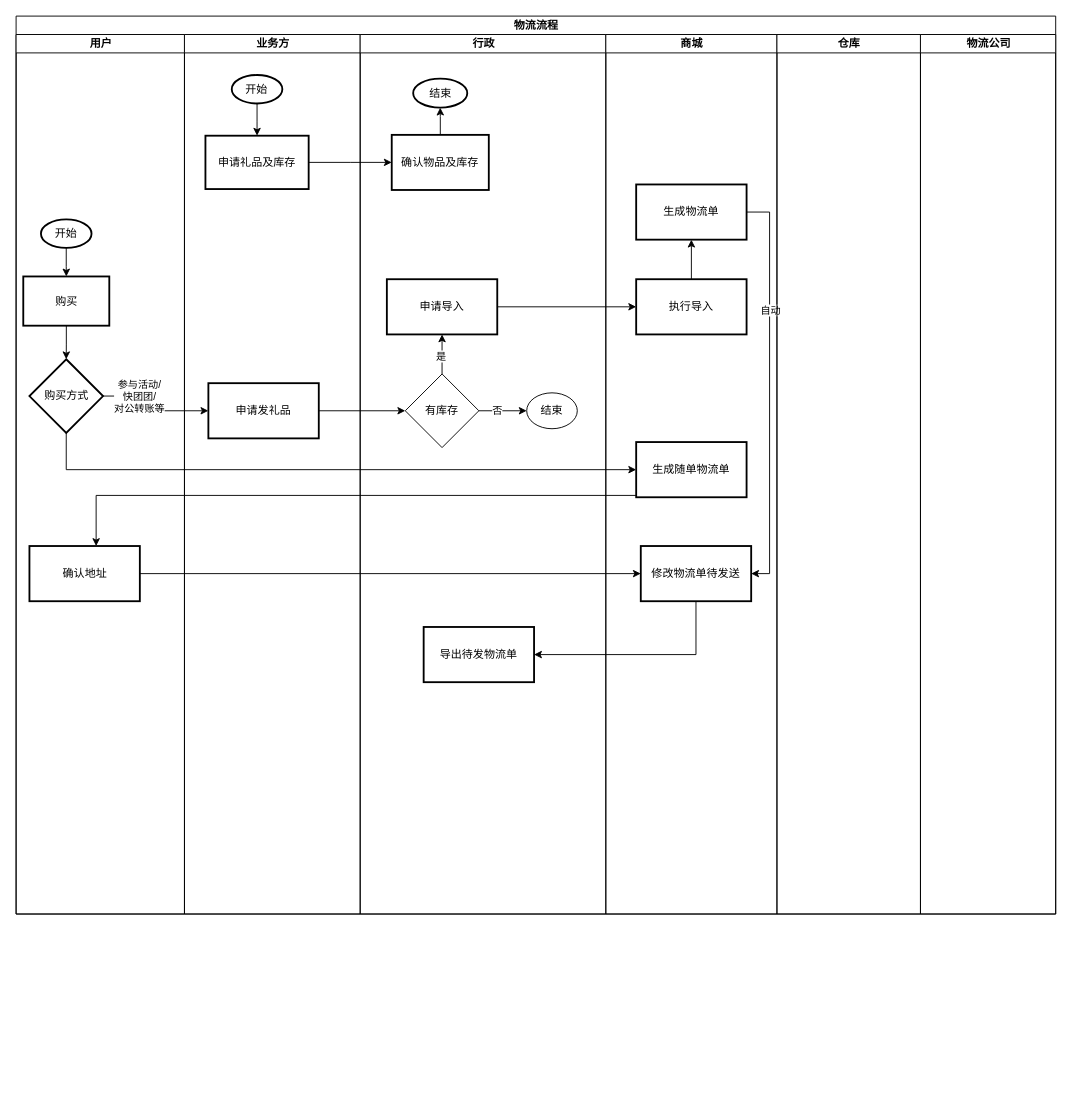
This is page "物流流程" (2 of 2) of 思考图.drawio from joeytang/imgs, a draw.io file, before an edit. Source tidied: cells renumbered, new cells numbered last; positions are measured from the earlier drawing's top-left corner, leaving out a move shared by most shapes. Both pictures are drawn from the tidied source at 92%, with x=0, y=0 at pixel (16, 16).
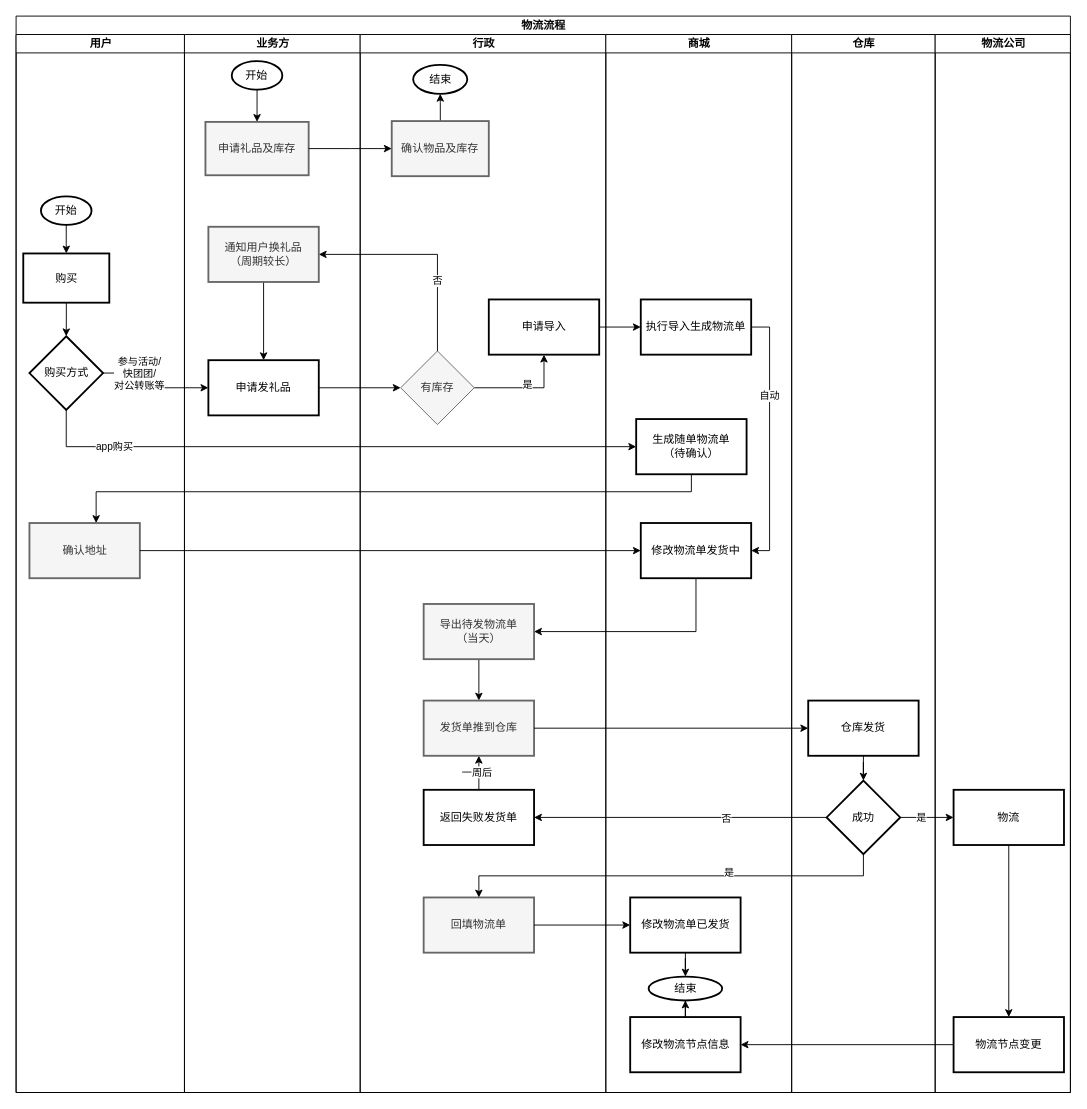
After the change.

Commit message:
更新思考图.drawio

Unchanged cells that the change refers to:
```xml
<mxCell id="43" style="edgeStyle=orthogonalEdgeStyle;rounded=0;jettySize=auto;html=1;entryX=0;entryY=0.5;entryDx=0;entryDy=0;exitX=0.5;exitY=1;exitDx=0;exitDy=0;" parent="2" edge="1" source="8" target="28">
  <mxGeometry relative="1" as="geometry" />
</mxCell>
```

What changed in the source:
```diff
@@
     <mxCell id="2" value="物流流程" style="swimlane;startSize=20;html=1;" parent="1" vertex="1">
-      <mxGeometry width="1130" height="976" as="geometry" />
+      <mxGeometry width="1146" height="1170" as="geometry" />
     </mxCell>
     <mxCell id="3" value="用户" style="swimlane;startSize=20;html=1;" parent="2" vertex="1">
-      <mxGeometry y="20" width="183" height="956" as="geometry" />
+      <mxGeometry y="20" width="183" height="1150" as="geometry" />
     </mxCell>
@@
     <mxCell id="5" value="开始" style="strokeWidth=2;html=1;shape=mxgraph.flowchart.start_1;whiteSpace=wrap;" parent="3" vertex="1">
-      <mxGeometry x="27" y="201" width="55" height="31" as="geometry" />
+      <mxGeometry x="27" y="176" width="55" height="31" as="geometry" />
     </mxCell>
@@
     <mxCell id="7" value="购买" style="whiteSpace=wrap;html=1;strokeWidth=2;" parent="3" vertex="1">
-      <mxGeometry x="7.8" y="263" width="93.5" height="53.5" as="geometry" />
+      <mxGeometry x="7.8" y="238" width="93.5" height="53.5" as="geometry" />
     </mxCell>
     <mxCell id="8" value="购买方式" style="rhombus;whiteSpace=wrap;html=1;strokeWidth=2;" parent="3" vertex="1">
-      <mxGeometry x="14.5" y="353" width="80" height="80" as="geometry" />
+      <mxGeometry x="14.5" y="328" width="80" height="80" as="geometry" />
     </mxCell>
-    <mxCell id="9" value="确认地址" style="whiteSpace=wrap;html=1;strokeWidth=2;" parent="3" vertex="1">
-      <mxGeometry x="14.5" y="556" width="120" height="60" as="geometry" />
+    <mxCell id="9" value="确认地址" style="whiteSpace=wrap;html=1;strokeWidth=2;fillColor=#f5f5f5;fontColor=#333333;strokeColor=#666666;" parent="3" vertex="1">
+      <mxGeometry x="14.5" y="531" width="120" height="60" as="geometry" />
     </mxCell>
     <mxCell id="10" value="业务方" style="swimlane;startSize=20;html=1;" parent="2" vertex="1">
-      <mxGeometry x="183" y="20" width="191" height="956" as="geometry" />
+      <mxGeometry x="183" y="20" width="191" height="1150" as="geometry" />
     </mxCell>
@@
     <mxCell id="12" value="开始" style="strokeWidth=2;html=1;shape=mxgraph.flowchart.start_1;whiteSpace=wrap;" parent="10" vertex="1">
-      <mxGeometry x="51.4" y="44" width="55" height="31" as="geometry" />
+      <mxGeometry x="51.4" y="29" width="55" height="31" as="geometry" />
     </mxCell>
-    <mxCell id="13" value="申请礼品及库存" style="whiteSpace=wrap;html=1;strokeWidth=2;" parent="10" vertex="1">
-      <mxGeometry x="22.8" y="110" width="112.2" height="58" as="geometry" />
+    <mxCell id="13" value="申请礼品及库存" style="whiteSpace=wrap;html=1;strokeWidth=2;fillColor=#f5f5f5;strokeColor=#666666;fontColor=#333333;" parent="10" vertex="1">
+      <mxGeometry x="22.8" y="95" width="112.2" height="58" as="geometry" />
     </mxCell>
     <mxCell id="14" value="申请发礼品" style="whiteSpace=wrap;html=1;strokeWidth=2;" parent="10" vertex="1">
-      <mxGeometry x="26" y="379" width="120" height="60" as="geometry" />
+      <mxGeometry x="26" y="354" width="120" height="60" as="geometry" />
     </mxCell>
+    <mxCell id="46" style="edgeStyle=orthogonalEdgeStyle;rounded=0;jettySize=auto;html=1;" parent="10" edge="1" source="47" target="14">
+      <mxGeometry relative="1" as="geometry" />
+    </mxCell>
+    <mxCell id="47" value="通知用户换礼品&lt;br&gt;（周期较长）" style="whiteSpace=wrap;html=1;strokeWidth=2;fillColor=#f5f5f5;fontColor=#333333;strokeColor=#666666;" parent="10" vertex="1">
+      <mxGeometry x="26" y="209" width="120" height="60" as="geometry" />
+    </mxCell>
     <mxCell id="15" value="行政" style="swimlane;startSize=20;html=1;" parent="2" vertex="1">
-      <mxGeometry x="374" y="20" width="267" height="956" as="geometry" />
+      <mxGeometry x="374" y="20" width="267" height="1150" as="geometry" />
     </mxCell>
@@
-    <mxCell id="17" value="确认物品及库存" style="whiteSpace=wrap;html=1;strokeWidth=2;" parent="15" vertex="1">
-      <mxGeometry x="34.3" y="109.1" width="105.5" height="59.9" as="geometry" />
+    <mxCell id="17" value="确认物品及库存" style="whiteSpace=wrap;html=1;strokeWidth=2;fillColor=#f5f5f5;strokeColor=#666666;fontColor=#333333;" parent="15" vertex="1">
+      <mxGeometry x="34.3" y="94.1" width="105.5" height="59.9" as="geometry" />
     </mxCell>
     <mxCell id="18" value="结束" style="ellipse;whiteSpace=wrap;html=1;strokeWidth=2;" parent="15" vertex="1">
-      <mxGeometry x="57.6" y="48" width="58.8" height="31.5" as="geometry" />
+      <mxGeometry x="57.6" y="33" width="58.8" height="31.5" as="geometry" />
     </mxCell>
     <mxCell id="19" value="申请导入" style="whiteSpace=wrap;html=1;strokeWidth=2;" parent="15" vertex="1">
-      <mxGeometry x="29" y="266" width="120" height="60" as="geometry" />
+      <mxGeometry x="139.8" y="288" width="120" height="60" as="geometry" />
     </mxCell>
-    <mxCell id="20" style="edgeStyle=orthogonalEdgeStyle;rounded=0;jettySize=auto;html=1;" parent="15" edge="1" source="24" target="19">
+    <mxCell id="20" style="edgeStyle=orthogonalEdgeStyle;rounded=0;jettySize=auto;html=1;entryX=0.5;entryY=1;entryDx=0;entryDy=0;" parent="15" edge="1" source="24" target="19">
       <mxGeometry relative="1" as="geometry" />
     </mxCell>
-    <mxCell id="21" value="是" style="edgeLabel;html=1;align=center;verticalAlign=middle;" parent="20" vertex="1">
-      <mxGeometry x="-0.08" y="2" relative="1" as="geometry" />
-    </mxCell>
-    <mxCell id="22" style="edgeStyle=orthogonalEdgeStyle;rounded=0;jettySize=auto;html=1;" parent="15" edge="1" source="24" target="25">
-      <mxGeometry relative="1" as="geometry" />
-    </mxCell>
-    <mxCell id="23" value="否" style="edgeLabel;html=1;align=center;verticalAlign=middle;" parent="22" vertex="1">
-      <mxGeometry x="-0.26" y="1" relative="1" as="geometry" />
-    </mxCell>
+    <mxCell id="48" value="是" style="edgeLabel;html=1;align=center;verticalAlign=middle;" parent="20" vertex="1">
+      <mxGeometry x="0.02" y="4" relative="1" as="geometry" />
+    </mxCell>
-    <mxCell id="24" value="有库存" style="rhombus;whiteSpace=wrap;html=1;" parent="15" vertex="1">
-      <mxGeometry x="49" y="369" width="80" height="80" as="geometry" />
+    <mxCell id="24" value="有库存" style="rhombus;whiteSpace=wrap;html=1;fillColor=#f5f5f5;fontColor=#333333;strokeColor=#666666;" parent="15" vertex="1">
+      <mxGeometry x="44" y="344" width="80" height="80" as="geometry" />
     </mxCell>
-    <mxCell id="25" value="结束" style="ellipse;whiteSpace=wrap;html=1;" parent="15" vertex="1">
-      <mxGeometry x="181" y="389.5" width="55" height="39" as="geometry" />
-    </mxCell>
+    <mxCell id="49" style="edgeStyle=orthogonalEdgeStyle;rounded=0;jettySize=auto;html=1;" parent="15" edge="1" source="26" target="50">
+      <mxGeometry relative="1" as="geometry" />
+    </mxCell>
-    <mxCell id="26" value="导出待发物流单" style="whiteSpace=wrap;html=1;strokeWidth=2;" parent="15" vertex="1">
-      <mxGeometry x="69" y="644" width="120" height="60" as="geometry" />
+    <mxCell id="26" value="导出待发物流单&lt;br&gt;（当天）" style="whiteSpace=wrap;html=1;strokeWidth=2;fillColor=#f5f5f5;fontColor=#333333;strokeColor=#666666;" parent="15" vertex="1">
+      <mxGeometry x="69" y="619" width="120" height="60" as="geometry" />
     </mxCell>
+    <mxCell id="50" value="发货单推到仓库" style="whiteSpace=wrap;html=1;fillColor=#f5f5f5;strokeColor=#666666;fontColor=#333333;strokeWidth=2;" parent="15" vertex="1">
+      <mxGeometry x="69" y="724" width="120" height="60" as="geometry" />
+    </mxCell>
+    <mxCell id="51" value="回填物流单" style="whiteSpace=wrap;html=1;strokeWidth=2;fillColor=#f5f5f5;fontColor=#333333;strokeColor=#666666;" parent="15" vertex="1">
+      <mxGeometry x="69" y="938" width="120" height="60" as="geometry" />
+    </mxCell>
+    <mxCell id="52" style="edgeStyle=orthogonalEdgeStyle;rounded=0;jettySize=auto;html=1;" parent="15" edge="1" source="54" target="50">
+      <mxGeometry relative="1" as="geometry" />
+    </mxCell>
+    <mxCell id="53" value="一周后" style="edgeLabel;html=1;align=center;verticalAlign=middle;" parent="52" vertex="1">
+      <mxGeometry x="0.23" y="3" relative="1" as="geometry" />
+    </mxCell>
+    <mxCell id="54" value="返回失败发货单" style="whiteSpace=wrap;html=1;strokeWidth=2;" parent="15" vertex="1">
+      <mxGeometry x="69" y="821" width="120" height="60" as="geometry" />
+    </mxCell>
     <mxCell id="27" value="商城" style="swimlane;startSize=20;html=1;" parent="2" vertex="1">
-      <mxGeometry x="641" y="20" width="186" height="956" as="geometry" />
+      <mxGeometry x="641" y="20" width="202" height="1150" as="geometry" />
     </mxCell>
-    <mxCell id="28" value="生成随单物流单" style="whiteSpace=wrap;html=1;strokeWidth=2;" parent="27" vertex="1">
-      <mxGeometry x="33" y="443" width="120" height="60" as="geometry" />
+    <mxCell id="28" value="生成随单物流单&lt;br&gt;（待确认）" style="whiteSpace=wrap;html=1;strokeWidth=2;" parent="27" vertex="1">
+      <mxGeometry x="33" y="418" width="120" height="60" as="geometry" />
     </mxCell>
-    <mxCell id="29" style="edgeStyle=orthogonalEdgeStyle;rounded=0;jettySize=auto;html=1;" parent="27" edge="1" source="30" target="33">
-      <mxGeometry relative="1" as="geometry" />
-    </mxCell>
-    <mxCell id="30" value="执行导入" style="whiteSpace=wrap;html=1;strokeWidth=2;" parent="27" vertex="1">
-      <mxGeometry x="33" y="266" width="120" height="60" as="geometry" />
+    <mxCell id="30" value="执行导入生成物流单" style="whiteSpace=wrap;html=1;strokeWidth=2;" parent="27" vertex="1">
+      <mxGeometry x="38" y="288" width="120" height="60" as="geometry" />
     </mxCell>
-    <mxCell id="31" style="edgeStyle=orthogonalEdgeStyle;rounded=0;jettySize=auto;html=1;entryX=1;entryY=0.5;entryDx=0;entryDy=0;exitX=1;exitY=0.5;exitDx=0;exitDy=0;" parent="27" edge="1" source="33" target="34">
-      <mxGeometry relative="1" as="geometry" />
+    <mxCell id="31" style="edgeStyle=orthogonalEdgeStyle;rounded=0;jettySize=auto;html=1;entryX=1;entryY=0.5;entryDx=0;entryDy=0;" parent="27" edge="1" source="30" target="34">
+      <mxGeometry relative="1" as="geometry">
+        <Array as="points">
+          <mxPoint x="178" y="318" />
+          <mxPoint x="178" y="561" />
+        </Array>
+      </mxGeometry>
     </mxCell>
     <mxCell id="32" value="自动" style="edgeLabel;html=1;align=center;verticalAlign=middle;" parent="31" vertex="1">
-      <mxGeometry x="-0.4" relative="1" as="geometry" />
+      <mxGeometry x="-0.4" relative="1" as="geometry">
+        <mxPoint x="-1" y="9" as="offset" />
+      </mxGeometry>
     </mxCell>
-    <mxCell id="33" value="生成物流单" style="whiteSpace=wrap;html=1;strokeWidth=2;" parent="27" vertex="1">
-      <mxGeometry x="33" y="163" width="120" height="60" as="geometry" />
-    </mxCell>
-    <mxCell id="34" value="修改物流单待发送" style="whiteSpace=wrap;html=1;strokeWidth=2;" parent="27" vertex="1">
-      <mxGeometry x="38" y="556" width="120" height="60" as="geometry" />
+    <mxCell id="34" value="修改物流单发货中" style="whiteSpace=wrap;html=1;strokeWidth=2;" parent="27" vertex="1">
+      <mxGeometry x="38" y="531" width="120" height="60" as="geometry" />
     </mxCell>
+    <mxCell id="55" style="edgeStyle=orthogonalEdgeStyle;rounded=0;jettySize=auto;html=1;" parent="27" edge="1" source="56" target="25">
+      <mxGeometry relative="1" as="geometry" />
+    </mxCell>
+    <mxCell id="56" value="修改物流单已发货" style="whiteSpace=wrap;html=1;strokeWidth=2;" parent="27" vertex="1">
+      <mxGeometry x="26.5" y="938" width="120" height="60" as="geometry" />
+    </mxCell>
+    <mxCell id="57" style="edgeStyle=orthogonalEdgeStyle;rounded=0;jettySize=auto;html=1;" parent="27" edge="1" source="58" target="25">
+      <mxGeometry relative="1" as="geometry" />
+    </mxCell>
+    <mxCell id="58" value="修改物流节点信息" style="whiteSpace=wrap;html=1;strokeWidth=2;" parent="27" vertex="1">
+      <mxGeometry x="26.5" y="1068" width="120" height="60" as="geometry" />
+    </mxCell>
+    <mxCell id="25" value="结束" style="ellipse;whiteSpace=wrap;html=1;strokeWidth=2;" parent="27" vertex="1">
+      <mxGeometry x="46.5" y="1024" width="80" height="26" as="geometry" />
+    </mxCell>
     <mxCell id="35" value="仓库" style="swimlane;startSize=20;html=1;" parent="2" vertex="1">
-      <mxGeometry x="827" y="20" width="156" height="956" as="geometry" />
+      <mxGeometry x="843" y="20" width="156" height="1150" as="geometry" />
     </mxCell>
-    <mxCell id="36" value="物流公司" style="swimlane;startSize=20;html=1;" parent="2" vertex="1">
-      <mxGeometry x="983" y="20" width="147" height="956" as="geometry" />
-    </mxCell>
+    <mxCell id="59" style="edgeStyle=orthogonalEdgeStyle;rounded=0;jettySize=auto;html=1;" parent="35" edge="1" source="60" target="61">
+      <mxGeometry relative="1" as="geometry" />
+    </mxCell>
+    <mxCell id="60" value="仓库发货" style="whiteSpace=wrap;html=1;strokeWidth=2;" parent="35" vertex="1">
+      <mxGeometry x="18" y="724" width="120" height="60" as="geometry" />
+    </mxCell>
+    <mxCell id="61" value="成功" style="rhombus;whiteSpace=wrap;html=1;strokeWidth=2;" parent="35" vertex="1">
+      <mxGeometry x="38" y="811" width="80" height="80" as="geometry" />
+    </mxCell>
@@
     <mxCell id="42" style="edgeStyle=orthogonalEdgeStyle;rounded=0;jettySize=auto;html=1;" parent="2" edge="1" source="28" target="9">
       <mxGeometry relative="1" as="geometry">
         <Array as="points">
-          <mxPoint x="87" y="521" />
+          <mxPoint x="734" y="517" />
+          <mxPoint x="87" y="517" />
         </Array>
       </mxGeometry>
     </mxCell>
@@
+    <mxCell id="62" value="app购买" style="edgeLabel;html=1;align=center;verticalAlign=middle;" parent="43" vertex="1">
+      <mxGeometry x="-0.72" y="1" relative="1" as="geometry" />
+    </mxCell>
@@
+    <mxCell id="63" style="edgeStyle=orthogonalEdgeStyle;rounded=0;jettySize=auto;html=1;" parent="2" edge="1" source="50" target="60">
+      <mxGeometry relative="1" as="geometry" />
+    </mxCell>
+    <mxCell id="64" style="edgeStyle=orthogonalEdgeStyle;rounded=0;jettySize=auto;html=1;" parent="2" edge="1" source="61" target="73">
+      <mxGeometry relative="1" as="geometry" />
+    </mxCell>
+    <mxCell id="65" value="是" style="edgeLabel;html=1;align=center;verticalAlign=middle;" parent="64" vertex="1">
+      <mxGeometry x="-0.25" y="1" relative="1" as="geometry" />
+    </mxCell>
+    <mxCell id="66" style="edgeStyle=orthogonalEdgeStyle;rounded=0;jettySize=auto;html=1;exitX=0.5;exitY=1;exitDx=0;exitDy=0;" parent="2" edge="1" source="61" target="51">
+      <mxGeometry relative="1" as="geometry" />
+    </mxCell>
+    <mxCell id="67" value="是" style="edgeLabel;html=1;align=center;verticalAlign=middle;" parent="66" vertex="1">
+      <mxGeometry x="-0.27" y="-4" relative="1" as="geometry" />
+    </mxCell>
+    <mxCell id="68" style="edgeStyle=orthogonalEdgeStyle;rounded=0;jettySize=auto;html=1;entryX=1;entryY=0.5;entryDx=0;entryDy=0;" parent="2" edge="1" source="74" target="58">
+      <mxGeometry relative="1" as="geometry" />
+    </mxCell>
+    <mxCell id="69" style="edgeStyle=orthogonalEdgeStyle;rounded=0;jettySize=auto;html=1;" parent="2" edge="1" source="61" target="54">
+      <mxGeometry relative="1" as="geometry" />
+    </mxCell>
+    <mxCell id="70" value="否" style="edgeLabel;html=1;align=center;verticalAlign=middle;" parent="69" vertex="1">
+      <mxGeometry x="-0.31" relative="1" as="geometry" />
+    </mxCell>
+    <mxCell id="71" style="edgeStyle=orthogonalEdgeStyle;rounded=0;jettySize=auto;html=1;" parent="2" edge="1" source="51" target="56">
+      <mxGeometry relative="1" as="geometry" />
+    </mxCell>
+    <mxCell id="36" value="物流公司" style="swimlane;startSize=20;html=1;" parent="2" vertex="1">
+      <mxGeometry x="999" y="20" width="147" height="1150" as="geometry" />
+    </mxCell>
+    <mxCell id="72" style="edgeStyle=orthogonalEdgeStyle;rounded=0;jettySize=auto;html=1;" parent="36" edge="1" source="73" target="74">
+      <mxGeometry relative="1" as="geometry" />
+    </mxCell>
+    <mxCell id="73" value="物流" style="whiteSpace=wrap;html=1;strokeWidth=2;" parent="36" vertex="1">
+      <mxGeometry x="20" y="821" width="120" height="60" as="geometry" />
+    </mxCell>
+    <mxCell id="74" value="物流节点变更" style="whiteSpace=wrap;html=1;strokeWidth=2;" parent="36" vertex="1">
+      <mxGeometry x="20" y="1068" width="120" height="60" as="geometry" />
+    </mxCell>
+    <mxCell id="75" style="edgeStyle=orthogonalEdgeStyle;rounded=0;jettySize=auto;html=1;entryX=1;entryY=0.5;entryDx=0;entryDy=0;exitX=0.5;exitY=0;exitDx=0;exitDy=0;" parent="2" edge="1" source="24" target="47">
+      <mxGeometry relative="1" as="geometry" />
+    </mxCell>
+    <mxCell id="76" value="否" style="edgeLabel;html=1;align=center;verticalAlign=middle;" parent="75" vertex="1">
+      <mxGeometry x="-0.34" y="1" relative="1" as="geometry" />
+    </mxCell>
```
